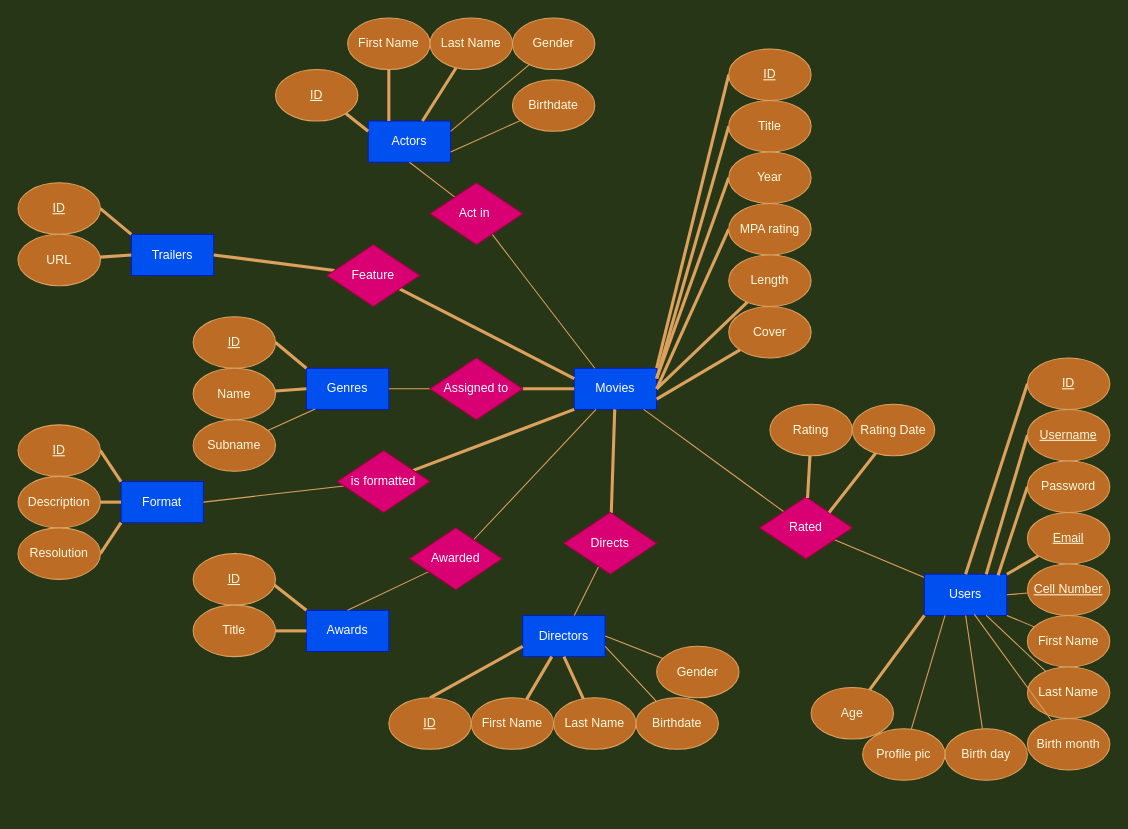
AmandaShuman/movie-viewer keeps this draw.io diagram as movies/outline.drawio. Above is the earlier version. Source tidied: cells renumbered, new cells numbered last; positions are measured from the earlier drawing's top-left corner, leaving out a move shared by most shapes. Both pictures are drawn from the tidied source at 103%, with x=0, y=0 at pixel (18, 18).
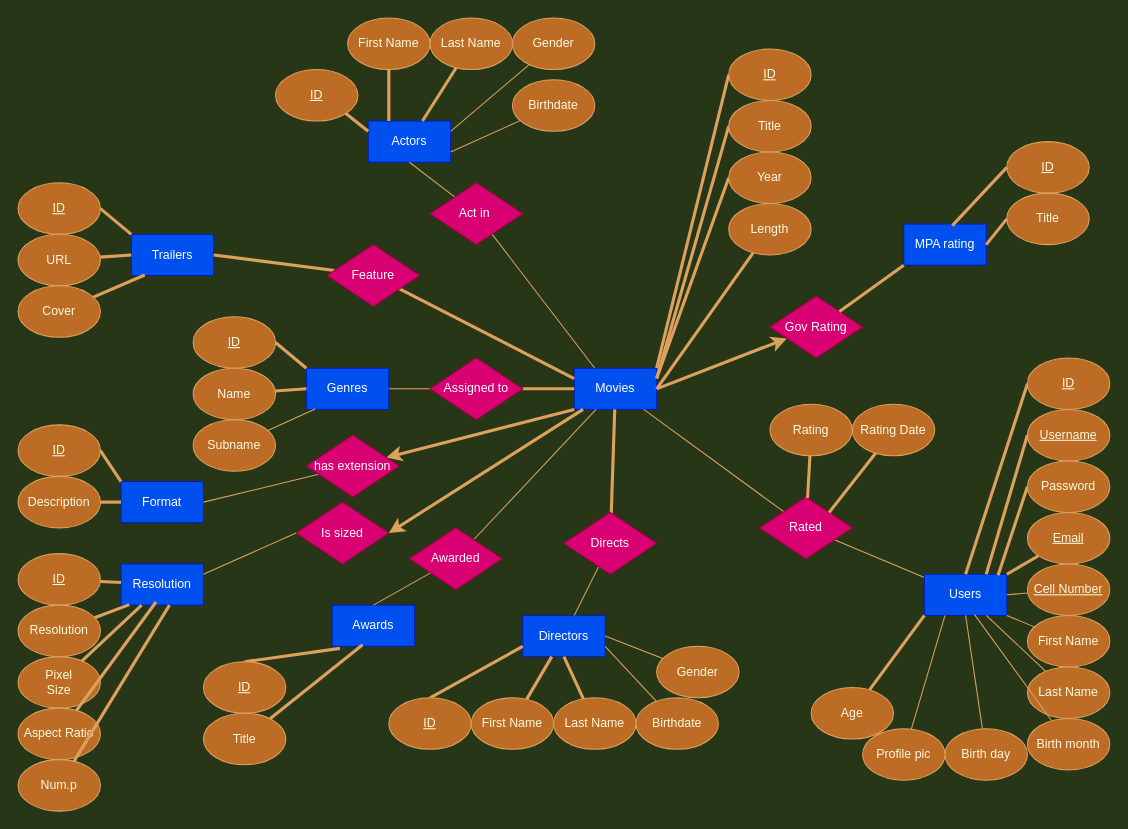
The same diagram, later.

The change refers to these unchanged cells:
```xml
<mxCell id="2" value="Trailers" style="rounded=0;whiteSpace=wrap;html=1;fillColor=#0050ef;strokeColor=#001DBC;fontColor=#ffffff;" parent="1" vertex="1">
  <mxGeometry x="110" y="210" width="80" height="40" as="geometry" />
</mxCell>
<mxCell id="3" value="Format" style="rounded=0;whiteSpace=wrap;html=1;fillColor=#0050ef;strokeColor=#001DBC;fontColor=#ffffff;" parent="1" vertex="1">
  <mxGeometry x="100" y="450" width="80" height="40" as="geometry" />
</mxCell>
<mxCell id="7" value="Movies" style="rounded=0;whiteSpace=wrap;html=1;fillColor=#0050ef;strokeColor=#001DBC;fontColor=#ffffff;" parent="1" vertex="1">
  <mxGeometry x="540" y="340" width="80" height="40" as="geometry" />
</mxCell>
```

The edit, as a diff of the source:
```diff
@@
+    <mxCell id="109" style="edgeStyle=none;rounded=0;jettySize=auto;html=1;endArrow=classic;endFill=1;strokeWidth=3;strokeColor=#DDA15E;" parent="1" edge="1" target="114">
+      <mxGeometry relative="1" as="geometry">
+        <mxPoint x="620" y="360" as="sourcePoint" />
+      </mxGeometry>
+    </mxCell>
@@
     <mxCell id="8" value="Awards" style="rounded=0;whiteSpace=wrap;html=1;fillColor=#0050ef;strokeColor=#001DBC;fontColor=#ffffff;" parent="1" vertex="1">
-      <mxGeometry x="280" y="575" width="80" height="40" as="geometry" />
+      <mxGeometry x="305" y="570" width="80" height="40" as="geometry" />
     </mxCell>
@@
-    <mxCell id="21" style="rounded=0;jettySize=auto;html=1;entryX=0;entryY=0;entryDx=0;entryDy=0;strokeWidth=3;endArrow=none;endFill=0;exitX=0.5;exitY=0;exitDx=0;exitDy=0;labelBackgroundColor=#283618;strokeColor=#DDA15E;fontColor=#FEFAE0;" parent="1" edge="1" source="22" target="8">
+    <mxCell id="21" style="rounded=0;jettySize=auto;html=1;entryX=0.094;entryY=1.05;entryDx=0;entryDy=0;strokeWidth=3;endArrow=none;endFill=0;exitX=0.5;exitY=0;exitDx=0;exitDy=0;labelBackgroundColor=#283618;strokeColor=#DDA15E;fontColor=#FEFAE0;entryPerimeter=0;" parent="1" edge="1" source="22" target="8">
       <mxGeometry relative="1" as="geometry" />
     </mxCell>
     <mxCell id="22" value="&lt;u&gt;ID&lt;/u&gt;" style="ellipse;whiteSpace=wrap;html=1;fillColor=#BC6C25;strokeColor=#DDA15E;fontColor=#FEFAE0;" parent="1" vertex="1">
-      <mxGeometry x="170" y="520" width="80" height="50" as="geometry" />
+      <mxGeometry x="180" y="625" width="80" height="50" as="geometry" />
     </mxCell>
@@
-    <mxCell id="34" style="edgeStyle=none;rounded=1;sketch=0;jettySize=auto;html=1;entryX=0;entryY=1;entryDx=0;entryDy=0;fontColor=#FEFAE0;endArrow=none;endFill=0;strokeColor=#DDA15E;strokeWidth=3;fillColor=#BC6C25;exitX=1;exitY=0.5;exitDx=0;exitDy=0;" parent="1" edge="1" source="35" target="3">
-      <mxGeometry relative="1" as="geometry" />
-    </mxCell>
-    <mxCell id="35" value="Resolution" style="ellipse;whiteSpace=wrap;html=1;fillColor=#BC6C25;strokeColor=#DDA15E;fontColor=#FEFAE0;" parent="1" vertex="1">
-      <mxGeometry y="495" width="80" height="50" as="geometry" />
-    </mxCell>
@@
-    <mxCell id="37" style="edgeStyle=none;rounded=1;sketch=0;jettySize=auto;html=1;entryX=0;entryY=1;entryDx=0;entryDy=0;fontColor=#FEFAE0;endArrow=none;endFill=0;strokeColor=#DDA15E;strokeWidth=3;fillColor=#BC6C25;startArrow=none;startFill=0;" parent="1" edge="1" source="38" target="7">
+    <mxCell id="37" style="edgeStyle=none;rounded=1;sketch=0;jettySize=auto;html=1;entryX=0;entryY=1;entryDx=0;entryDy=0;fontColor=#FEFAE0;endArrow=none;endFill=0;strokeColor=#DDA15E;strokeWidth=3;fillColor=#BC6C25;startArrow=classic;startFill=1;" parent="1" edge="1" source="38" target="7">
       <mxGeometry relative="1" as="geometry" />
     </mxCell>
-    <mxCell id="38" value="is formatted" style="rhombus;whiteSpace=wrap;html=1;fillColor=#d80073;strokeColor=#A50040;fontColor=#ffffff;" parent="1" vertex="1">
-      <mxGeometry x="310" y="420" width="90" height="60" as="geometry" />
+    <mxCell id="38" value="has extension" style="rhombus;whiteSpace=wrap;html=1;fillColor=#d80073;strokeColor=#A50040;fontColor=#ffffff;" parent="1" vertex="1">
+      <mxGeometry x="280" y="405" width="90" height="60" as="geometry" />
     </mxCell>
@@
-    <mxCell id="57" style="edgeStyle=none;rounded=1;sketch=0;jettySize=auto;html=1;entryX=0;entryY=0.5;entryDx=0;entryDy=0;fontColor=#FEFAE0;startArrow=none;startFill=0;endArrow=none;endFill=0;strokeColor=#DDA15E;strokeWidth=3;fillColor=#BC6C25;" parent="1" edge="1" source="58" target="8">
+    <mxCell id="57" style="edgeStyle=none;rounded=1;sketch=0;jettySize=auto;html=1;entryX=0.369;entryY=0.963;entryDx=0;entryDy=0;fontColor=#FEFAE0;startArrow=none;startFill=0;endArrow=none;endFill=0;strokeColor=#DDA15E;strokeWidth=3;fillColor=#BC6C25;entryPerimeter=0;" parent="1" edge="1" source="58" target="8">
       <mxGeometry relative="1" as="geometry" />
     </mxCell>
     <mxCell id="58" value="Title" style="ellipse;whiteSpace=wrap;html=1;fillColor=#BC6C25;strokeColor=#DDA15E;fontColor=#FEFAE0;" parent="1" vertex="1">
-      <mxGeometry x="170" y="570" width="80" height="50" as="geometry" />
+      <mxGeometry x="180" y="675" width="80" height="50" as="geometry" />
     </mxCell>
@@
-    <mxCell id="79" style="edgeStyle=none;rounded=1;sketch=0;jettySize=auto;html=1;entryX=1;entryY=0.5;entryDx=0;entryDy=0;fontColor=#FEFAE0;startArrow=none;startFill=0;endArrow=none;endFill=0;strokeColor=#DDA15E;strokeWidth=3;fillColor=#BC6C25;exitX=0;exitY=0.5;exitDx=0;exitDy=0;" parent="1" edge="1" source="80" target="7">
-      <mxGeometry relative="1" as="geometry" />
-    </mxCell>
-    <mxCell id="80" value="MPA rating" style="ellipse;whiteSpace=wrap;html=1;fillColor=#BC6C25;strokeColor=#DDA15E;fontColor=#FEFAE0;" parent="1" vertex="1">
-      <mxGeometry x="690" y="180" width="80" height="50" as="geometry" />
-    </mxCell>
@@
     <mxCell id="82" value="Length" style="ellipse;whiteSpace=wrap;html=1;fillColor=#BC6C25;strokeColor=#DDA15E;fontColor=#FEFAE0;" parent="1" vertex="1">
-      <mxGeometry x="690" y="230" width="80" height="50" as="geometry" />
+      <mxGeometry x="690" y="180" width="80" height="50" as="geometry" />
     </mxCell>
@@
-    <mxCell id="107" style="edgeStyle=none;rounded=1;sketch=0;jettySize=auto;html=1;entryX=1;entryY=0.75;entryDx=0;entryDy=0;fontColor=#FEFAE0;startArrow=none;startFill=0;endArrow=none;endFill=0;strokeColor=#DDA15E;strokeWidth=3;fillColor=#BC6C25;" parent="1" edge="1" source="108" target="7">
+    <mxCell id="107" style="edgeStyle=none;rounded=1;sketch=0;jettySize=auto;html=1;entryX=0.163;entryY=0.988;entryDx=0;entryDy=0;fontColor=#FEFAE0;startArrow=none;startFill=0;endArrow=none;endFill=0;strokeColor=#DDA15E;strokeWidth=3;fillColor=#BC6C25;entryPerimeter=0;" parent="1" edge="1" source="108" target="2">
       <mxGeometry relative="1" as="geometry" />
     </mxCell>
     <mxCell id="108" value="Cover" style="ellipse;whiteSpace=wrap;html=1;fillColor=#BC6C25;strokeColor=#DDA15E;fontColor=#FEFAE0;" parent="1" vertex="1">
-      <mxGeometry x="690" y="280" width="80" height="50" as="geometry" />
+      <mxGeometry y="260" width="80" height="50" as="geometry" />
     </mxCell>
+    <mxCell id="80" value="MPA rating" style="rounded=0;whiteSpace=wrap;html=1;fillColor=#0050ef;strokeColor=#001DBC;fontColor=#ffffff;" parent="1" vertex="1">
+      <mxGeometry x="860" y="200" width="80" height="40" as="geometry" />
+    </mxCell>
+    <mxCell id="110" value="&lt;u&gt;ID&lt;/u&gt;" style="ellipse;whiteSpace=wrap;html=1;fillColor=#BC6C25;strokeColor=#DDA15E;fontColor=#FEFAE0;" parent="1" vertex="1">
+      <mxGeometry x="960" y="120" width="80" height="50" as="geometry" />
+    </mxCell>
+    <mxCell id="111" value="Title" style="ellipse;whiteSpace=wrap;html=1;fillColor=#BC6C25;strokeColor=#DDA15E;fontColor=#FEFAE0;" parent="1" vertex="1">
+      <mxGeometry x="960" y="170" width="80" height="50" as="geometry" />
+    </mxCell>
+    <mxCell id="112" style="edgeStyle=none;rounded=1;sketch=0;jettySize=auto;html=1;entryX=0.588;entryY=0.038;entryDx=0;entryDy=0;fontColor=#FEFAE0;startArrow=none;startFill=0;endArrow=none;endFill=0;strokeColor=#DDA15E;strokeWidth=3;fillColor=#BC6C25;exitX=0;exitY=0.5;exitDx=0;exitDy=0;entryPerimeter=0;" parent="1" edge="1" source="110" target="80">
+      <mxGeometry relative="1" as="geometry" />
+    </mxCell>
+    <mxCell id="113" style="edgeStyle=none;rounded=1;sketch=0;jettySize=auto;html=1;fontColor=#FEFAE0;startArrow=none;startFill=0;endArrow=none;endFill=0;strokeColor=#DDA15E;strokeWidth=3;fillColor=#BC6C25;exitX=0;exitY=0.5;exitDx=0;exitDy=0;entryX=1;entryY=0.5;entryDx=0;entryDy=0;" parent="1" edge="1" source="111" target="80">
+      <mxGeometry relative="1" as="geometry" />
+    </mxCell>
+    <mxCell id="114" value="Gov Rating" style="rhombus;whiteSpace=wrap;html=1;fillColor=#d80073;strokeColor=#A50040;fontColor=#ffffff;" parent="1" vertex="1">
+      <mxGeometry x="730" y="270" width="90" height="60" as="geometry" />
+    </mxCell>
+    <mxCell id="115" style="edgeStyle=none;rounded=1;sketch=0;jettySize=auto;html=1;entryX=0;entryY=1;entryDx=0;entryDy=0;fontColor=#FEFAE0;startArrow=none;startFill=0;endArrow=none;endFill=0;strokeColor=#DDA15E;strokeWidth=3;fillColor=#BC6C25;exitX=1;exitY=0;exitDx=0;exitDy=0;" parent="1" edge="1" source="114" target="80">
+      <mxGeometry relative="1" as="geometry" />
+    </mxCell>
+    <mxCell id="116" value="Resolution" style="rounded=0;whiteSpace=wrap;html=1;fillColor=#0050ef;strokeColor=#001DBC;fontColor=#ffffff;" parent="1" vertex="1">
+      <mxGeometry x="100" y="530" width="80" height="40" as="geometry" />
+    </mxCell>
+    <mxCell id="117" style="edgeStyle=none;rounded=0;jettySize=auto;html=1;endArrow=none;endFill=0;strokeColor=#DDA15E;strokeWidth=3;" parent="1" edge="1" source="118" target="116">
+      <mxGeometry relative="1" as="geometry" />
+    </mxCell>
+    <mxCell id="118" value="&lt;u&gt;ID&lt;/u&gt;" style="ellipse;whiteSpace=wrap;html=1;fillColor=#BC6C25;strokeColor=#DDA15E;fontColor=#FEFAE0;" parent="1" vertex="1">
+      <mxGeometry y="520" width="80" height="50" as="geometry" />
+    </mxCell>
+    <mxCell id="119" style="edgeStyle=none;rounded=0;jettySize=auto;html=1;entryX=0.1;entryY=0.988;entryDx=0;entryDy=0;entryPerimeter=0;endArrow=none;endFill=0;strokeColor=#DDA15E;strokeWidth=3;" parent="1" edge="1" source="35" target="116">
+      <mxGeometry relative="1" as="geometry" />
+    </mxCell>
+    <mxCell id="35" value="Resolution" style="ellipse;whiteSpace=wrap;html=1;fillColor=#BC6C25;strokeColor=#DDA15E;fontColor=#FEFAE0;" parent="1" vertex="1">
+      <mxGeometry y="570" width="80" height="50" as="geometry" />
+    </mxCell>
+    <mxCell id="120" style="edgeStyle=none;rounded=0;jettySize=auto;html=1;entryX=0.25;entryY=1;entryDx=0;entryDy=0;endArrow=none;endFill=0;strokeColor=#DDA15E;strokeWidth=3;" parent="1" edge="1" source="121" target="116">
+      <mxGeometry relative="1" as="geometry" />
+    </mxCell>
+    <mxCell id="121" value="Pixel&lt;br&gt;Size" style="ellipse;whiteSpace=wrap;html=1;fillColor=#BC6C25;strokeColor=#DDA15E;fontColor=#FEFAE0;" parent="1" vertex="1">
+      <mxGeometry y="620" width="80" height="50" as="geometry" />
+    </mxCell>
+    <mxCell id="122" style="edgeStyle=none;rounded=0;jettySize=auto;html=1;endArrow=none;endFill=0;strokeColor=#DDA15E;strokeWidth=3;" parent="1" edge="1" source="123">
+      <mxGeometry relative="1" as="geometry">
+        <mxPoint x="134" y="567" as="targetPoint" />
+      </mxGeometry>
+    </mxCell>
+    <mxCell id="123" value="Aspect Ratio" style="ellipse;whiteSpace=wrap;html=1;fillColor=#BC6C25;strokeColor=#DDA15E;fontColor=#FEFAE0;" parent="1" vertex="1">
+      <mxGeometry y="670" width="80" height="50" as="geometry" />
+    </mxCell>
+    <mxCell id="124" style="edgeStyle=none;rounded=0;jettySize=auto;html=1;entryX=0.588;entryY=1;entryDx=0;entryDy=0;entryPerimeter=0;endArrow=none;endFill=0;strokeColor=#DDA15E;strokeWidth=3;" parent="1" edge="1" source="125" target="116">
+      <mxGeometry relative="1" as="geometry" />
+    </mxCell>
+    <mxCell id="125" value="Num.p" style="ellipse;whiteSpace=wrap;html=1;fillColor=#BC6C25;strokeColor=#DDA15E;fontColor=#FEFAE0;" parent="1" vertex="1">
+      <mxGeometry y="720" width="80" height="50" as="geometry" />
+    </mxCell>
+    <mxCell id="126" value="Is sized" style="rhombus;whiteSpace=wrap;html=1;fillColor=#d80073;strokeColor=#A50040;fontColor=#ffffff;" parent="1" vertex="1">
+      <mxGeometry x="270" y="470" width="90" height="60" as="geometry" />
+    </mxCell>
+    <mxCell id="127" style="edgeStyle=none;rounded=1;sketch=0;jettySize=auto;html=1;fontColor=#FEFAE0;endArrow=none;endFill=0;strokeColor=#DDA15E;strokeWidth=3;fillColor=#BC6C25;startArrow=classic;startFill=1;exitX=1;exitY=0.5;exitDx=0;exitDy=0;" parent="1" edge="1" source="126" target="7">
+      <mxGeometry relative="1" as="geometry" />
+    </mxCell>
+    <mxCell id="128" style="edgeStyle=none;rounded=1;sketch=0;jettySize=auto;html=1;entryX=1;entryY=0.25;entryDx=0;entryDy=0;fontColor=#FEFAE0;endArrow=none;endFill=0;strokeColor=#DDA15E;strokeWidth=1;fillColor=#BC6C25;exitX=0;exitY=0.5;exitDx=0;exitDy=0;" parent="1" edge="1" source="126" target="116">
+      <mxGeometry relative="1" as="geometry" />
+    </mxCell>
```
